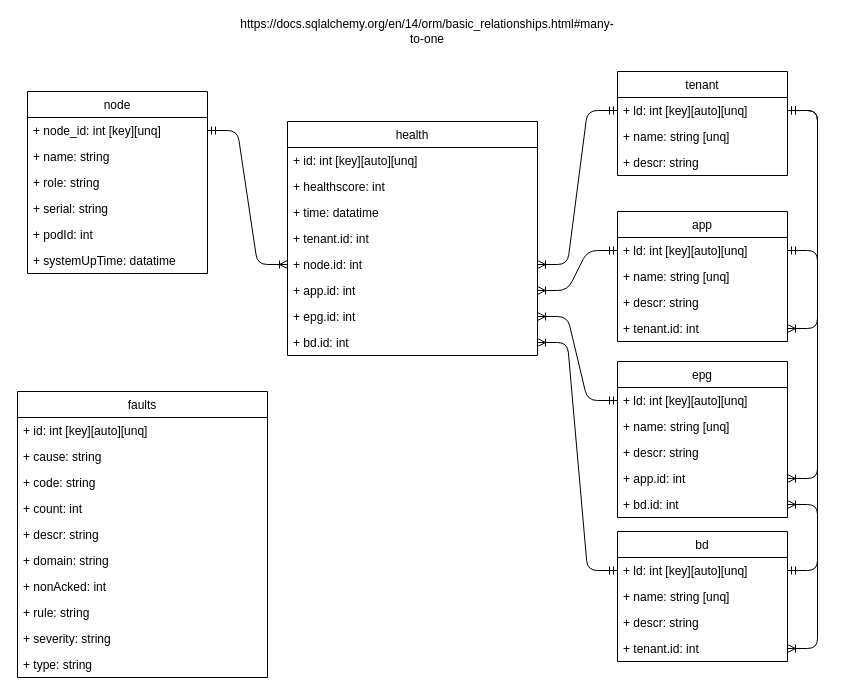
This is page "Page-1" (1 of 2) of database/aci_db_model.drawio from slakas/ACI_Health_with_DB_storage_and_custom_API, a draw.io file, before an edit. Source tidied: cells renumbered, new cells numbered last; positions are measured from the earlier drawing's top-left corner, leaving out a move shared by most shapes. Both pictures are drawn from the tidied source at 100%, with x=0, y=0 at pixel (17, 21).
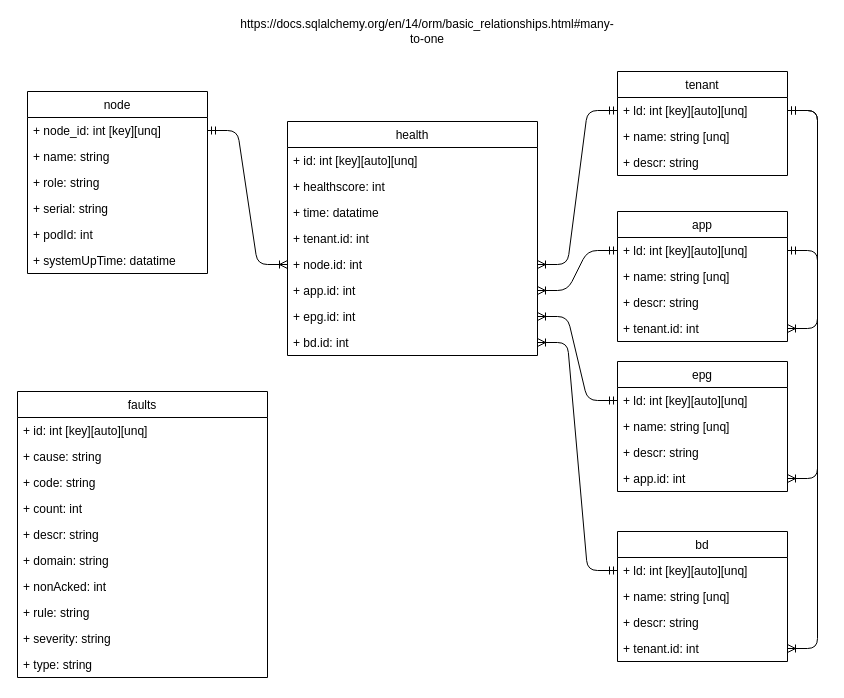
Above is the later version.

The change refers to these unchanged cells:
```xml
<mxCell id="41" value="+ ld: int [key][auto][unq]" style="text;strokeColor=none;fillColor=none;align=left;verticalAlign=top;spacingLeft=4;spacingRight=4;overflow=hidden;points=[[0,0.5],[1,0.5]];portConstraint=eastwest;" parent="40" vertex="1">
  <mxGeometry y="26" width="170" height="26" as="geometry" />
</mxCell>
```

The edit, as a diff of the source:
```diff
@@
     <mxCell id="31" value="epg" style="swimlane;fontStyle=0;horizontal=1;startSize=26;fillColor=none;" parent="1" vertex="1">
-      <mxGeometry x="600" y="340" width="170" height="156" as="geometry" />
+      <mxGeometry x="600" y="340" width="170" height="130" as="geometry" />
     </mxCell>
@@
-    <mxCell id="36" value="+ bd.id: int" style="text;strokeColor=none;fillColor=none;align=left;verticalAlign=top;spacingLeft=4;spacingRight=4;overflow=hidden;points=[[0,0.5],[1,0.5]];portConstraint=eastwest;" parent="31" vertex="1">
-      <mxGeometry y="130" width="170" height="26" as="geometry" />
-    </mxCell>
@@
-    <mxCell id="45" style="edgeStyle=entityRelationEdgeStyle;fontSize=12;html=1;endArrow=ERoneToMany;startArrow=ERmandOne;" parent="1" edge="1" source="41" target="36">
-      <mxGeometry relative="1" as="geometry" />
-    </mxCell>
```
